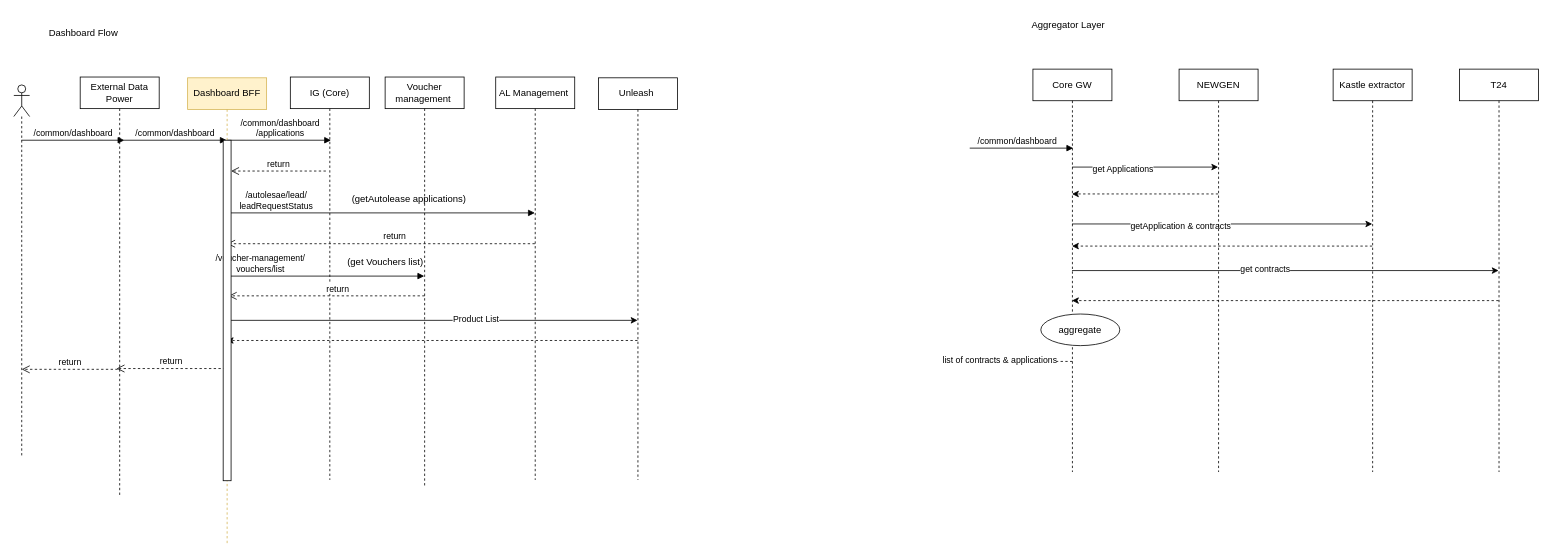
The draw.io diagram page "Dashboard" (3 of 15) of Migration Onboarding & origination Flow .drawio in MHosnii/DrawIo, before the edit. Source tidied: cells renumbered, new cells numbered last; positions are measured from the earlier drawing's top-left corner, leaving out a move shared by most shapes. Both pictures are drawn from the tidied source at 79%, with x=0, y=0 at pixel (13, 13).
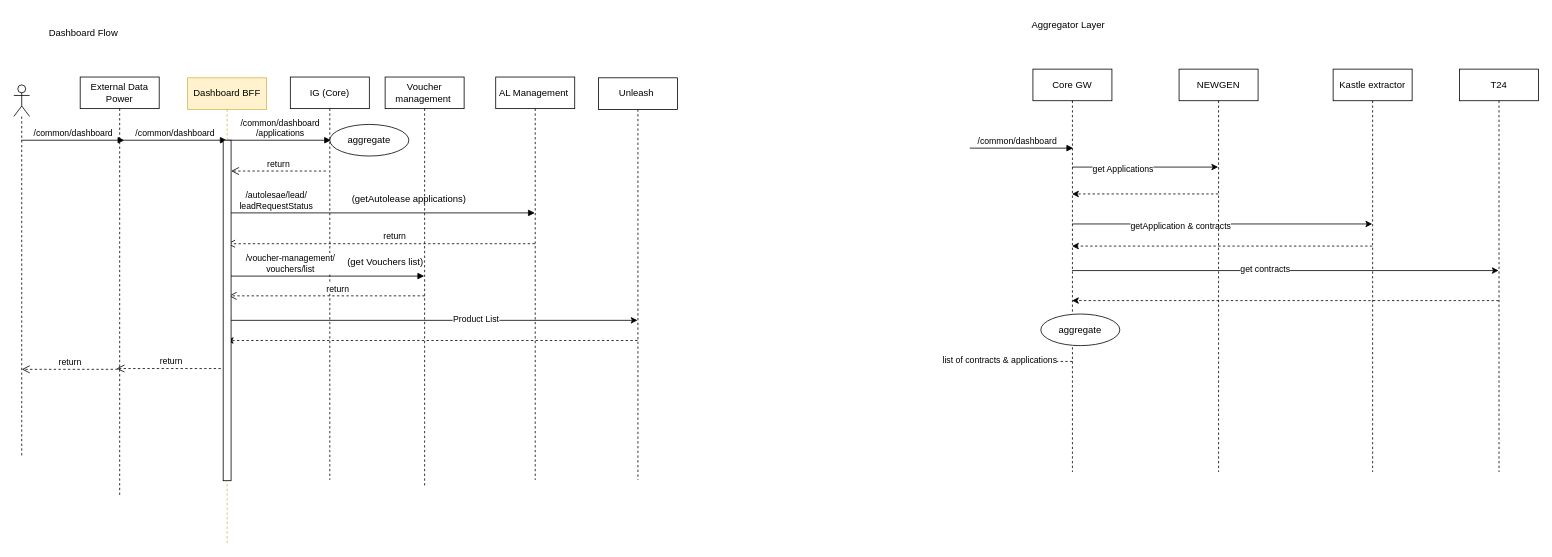
Above is the later version.

The change refers to these unchanged cells:
```xml
<mxCell id="4" style="group;" parent="2" vertex="1">
  <mxGeometry width="840" height="530" as="geometry" />
</mxCell>
<mxCell id="13" value="Voucher management&amp;nbsp;" style="shape=umlLifeline;perimeter=lifelinePerimeter;whiteSpace=wrap;html=1;outlineConnect=0;portConstraint=eastwest;newEdgeStyle={&quot;curved&quot;:0,&quot;rounded&quot;:0};" parent="4" vertex="1">
  <mxGeometry x="470" width="100" height="520" as="geometry" />
</mxCell>
```

Diff of the diagram source:
```diff
@@
     <mxCell id="17" value="/voucher-management/&lt;div&gt;vouchers/list&lt;/div&gt;" style="html=1;verticalAlign=bottom;endArrow=block;curved=0;rounded=0;" parent="4" edge="1" target="13">
-      <mxGeometry x="-0.68" relative="1" as="geometry">
+      <mxGeometry x="-0.37" relative="1" as="geometry">
         <mxPoint x="272" y="252" as="sourcePoint" />
       </mxGeometry>
     </mxCell>
@@
+    <mxCell id="47" value="aggregate" style="ellipse;whiteSpace=wrap;html=1;" parent="4" vertex="1">
+      <mxGeometry x="400" y="60" width="100" height="40" as="geometry" />
+    </mxCell>
```
